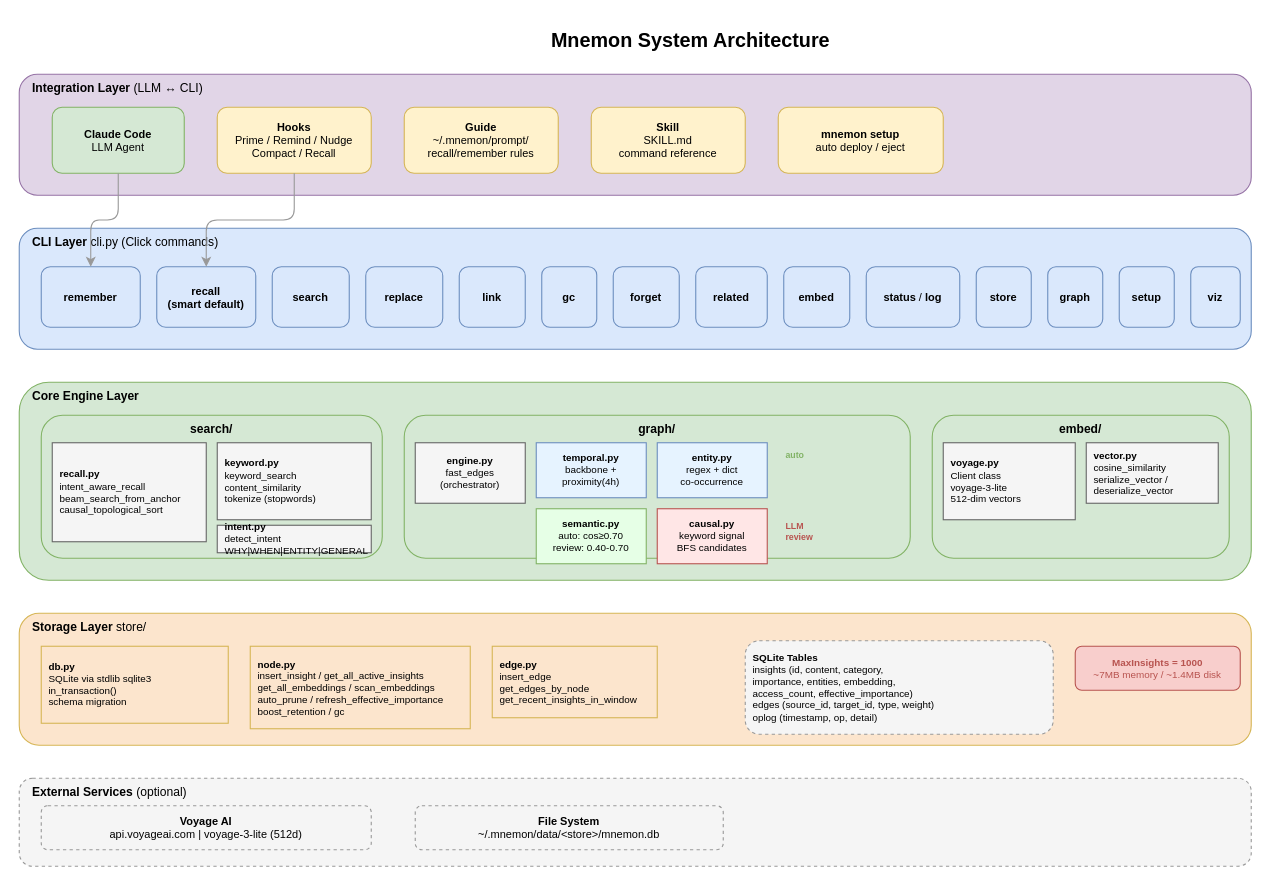
Earlier version of the draw.io diagram docs/diagrams/01-system-architecture.drawio (bissli/memman). Source tidied: cells renumbered, new cells numbered last; positions are measured from the earlier drawing's top-left corner, leaving out a move shared by most shapes. Both pictures are drawn from the tidied source at 110%, with x=0, y=0 at pixel (19, 19).
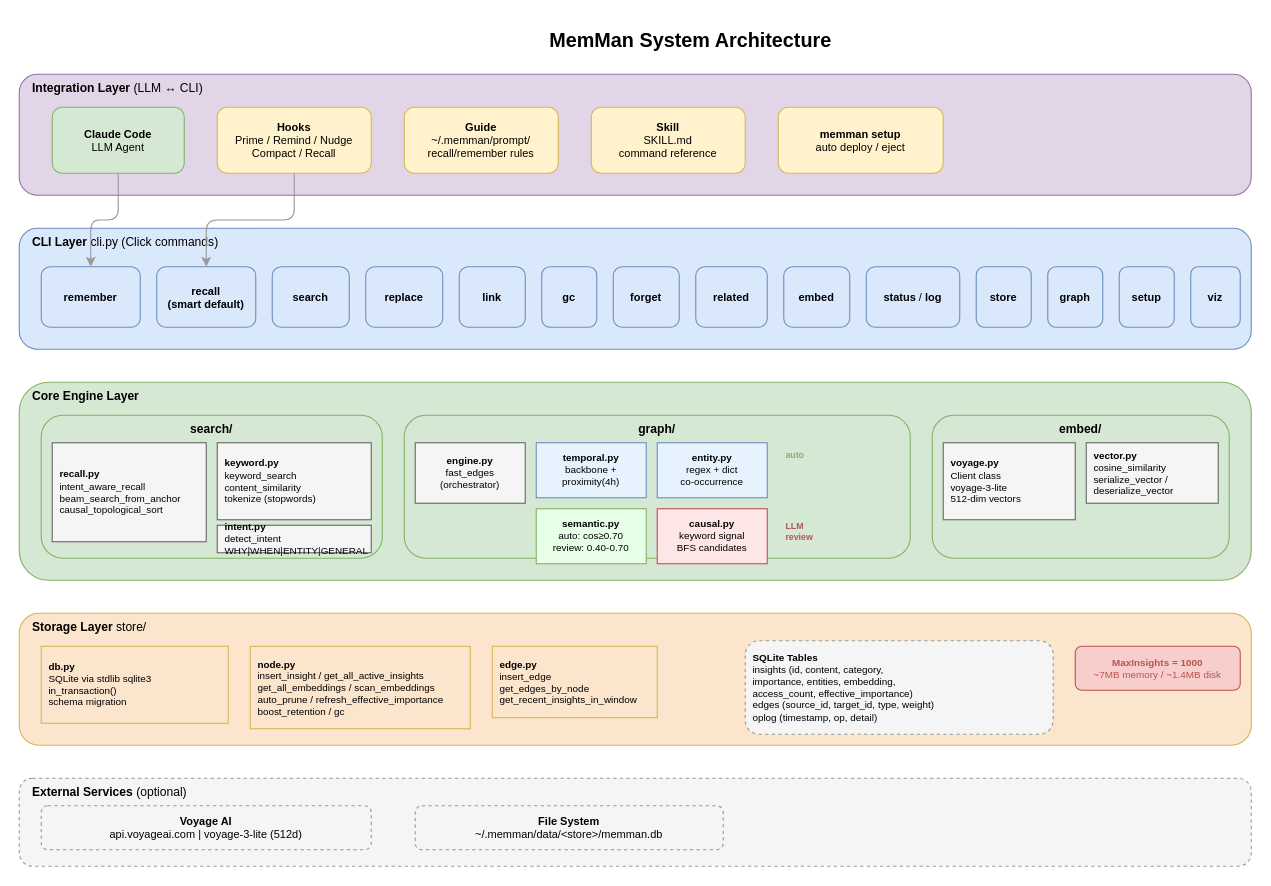
The same page after the edit.

The edit, as a diff of the source:
```diff
@@
-    <mxCell id="2" value="&lt;b&gt;Mnemon System Architecture&lt;/b&gt;" style="text;html=1;align=center;verticalAlign=middle;strokeColor=none;fillColor=none;fontSize=18;" parent="1" vertex="1">
+    <mxCell id="2" value="&lt;b&gt;MemMan System Architecture&lt;/b&gt;" style="text;html=1;align=center;verticalAlign=middle;strokeColor=none;fillColor=none;fontSize=18;" parent="1" vertex="1">
       <mxGeometry x="460" width="300" height="40" as="geometry" />
     </mxCell>
@@
-    <mxCell id="6" value="&lt;b&gt;Guide&lt;/b&gt;&lt;br&gt;~/.mnemon/prompt/&lt;br&gt;recall/remember rules" style="rounded=1;whiteSpace=wrap;html=1;fillColor=#fff2cc;strokeColor=#d6b656;fontSize=10;" parent="1" vertex="1">
+    <mxCell id="6" value="&lt;b&gt;Guide&lt;/b&gt;&lt;br&gt;~/.memman/prompt/&lt;br&gt;recall/remember rules" style="rounded=1;whiteSpace=wrap;html=1;fillColor=#fff2cc;strokeColor=#d6b656;fontSize=10;" parent="1" vertex="1">
       <mxGeometry x="350" y="80" width="140" height="60" as="geometry" />
     </mxCell>
@@
-    <mxCell id="8" value="&lt;b&gt;mnemon setup&lt;/b&gt;&lt;br&gt;auto deploy / eject" style="rounded=1;whiteSpace=wrap;html=1;fillColor=#fff2cc;strokeColor=#d6b656;fontSize=10;" parent="1" vertex="1">
+    <mxCell id="8" value="&lt;b&gt;memman setup&lt;/b&gt;&lt;br&gt;auto deploy / eject" style="rounded=1;whiteSpace=wrap;html=1;fillColor=#fff2cc;strokeColor=#d6b656;fontSize=10;" parent="1" vertex="1">
       <mxGeometry x="690" y="80" width="150" height="60" as="geometry" />
     </mxCell>
@@
-    <mxCell id="48" value="&lt;b&gt;File System&lt;/b&gt;&lt;br&gt;~/.mnemon/data/&amp;lt;store&amp;gt;/mnemon.db" style="rounded=1;whiteSpace=wrap;html=1;fillColor=#f5f5f5;strokeColor=#999999;fontSize=10;dashed=1;" parent="1" vertex="1">
+    <mxCell id="48" value="&lt;b&gt;File System&lt;/b&gt;&lt;br&gt;~/.memman/data/&amp;lt;store&amp;gt;/memman.db" style="rounded=1;whiteSpace=wrap;html=1;fillColor=#f5f5f5;strokeColor=#999999;fontSize=10;dashed=1;" parent="1" vertex="1">
       <mxGeometry x="360" y="715" width="280" height="40" as="geometry" />
     </mxCell>
```
